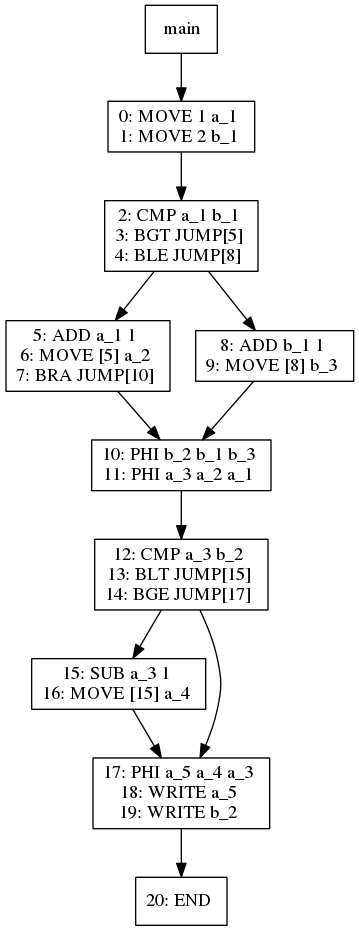
Before: viz/test007.dot.png, a diagram exported from Graphviz (jiahanwang/PL241-Compiler). Its source is kept beside it as viz/test007.dot.
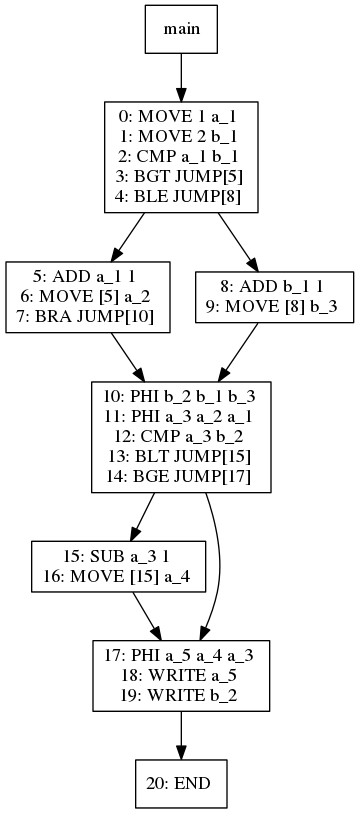
Above is the later version.

Diff of the diagram source:
```diff
@@ -4,13 +4,11 @@
 1 -> 3
 3[label="0: MOVE 1 a_1
 1: MOVE 2 b_1
-"]
-3 -> 5
-5[label="2: CMP a_1 b_1
+2: CMP a_1 b_1
 3: BGT JUMP[5]
 4: BLE JUMP[8]
 "]
-5 -> 7
+3 -> 7
 7[label="5: ADD a_1 1
 6: MOVE [5] a_2
 7: BRA JUMP[10]
@@ -18,13 +16,11 @@
 7 -> 6
 6[label="10: PHI b_2 b_1 b_3
 11: PHI a_3 a_2 a_1
-"]
-6 -> 9
-9[label="12: CMP a_3 b_2
+12: CMP a_3 b_2
 13: BLT JUMP[15]
 14: BGE JUMP[17]
 "]
-9 -> 11
+6 -> 11
 11[label="15: SUB a_3 1
 16: MOVE [15] a_4
 "]
@@ -36,8 +32,8 @@
 10 -> 14
 14[label="20: END
 "]
-9 -> 10
-5 -> 8
+6 -> 10
+3 -> 8
 8[label="8: ADD b_1 1
 9: MOVE [8] b_3
 "]
```
